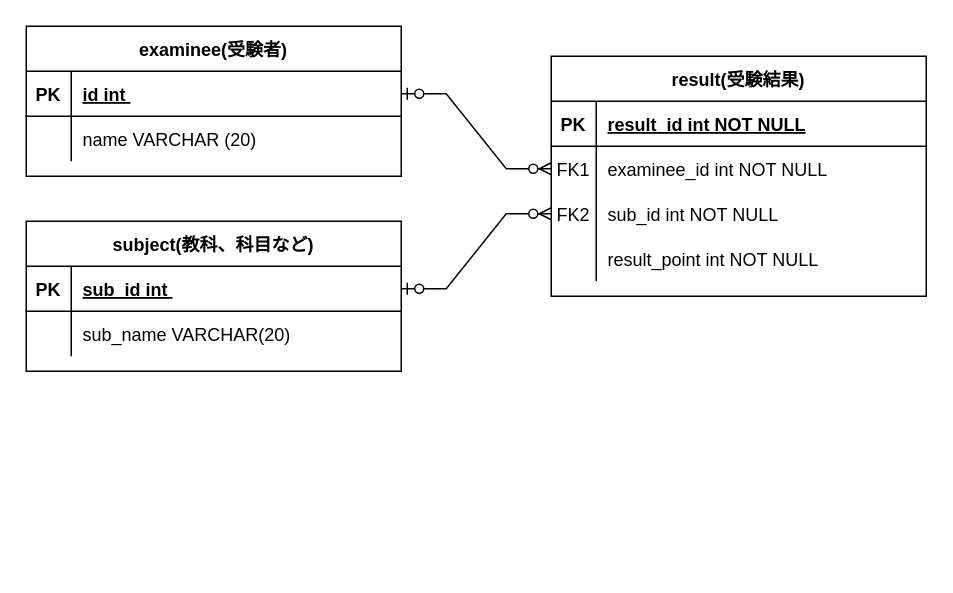
The draw.io diagram 名称未設定ファイル.drawio in YoshitakaSaito1223/JavaInClass, before the edit. Source tidied: cells renumbered, new cells numbered last; positions are measured from the earlier drawing's top-left corner, leaving out a move shared by most shapes. Both pictures are drawn from the tidied source at 150%, with x=0, y=0 at pixel (26, 26).
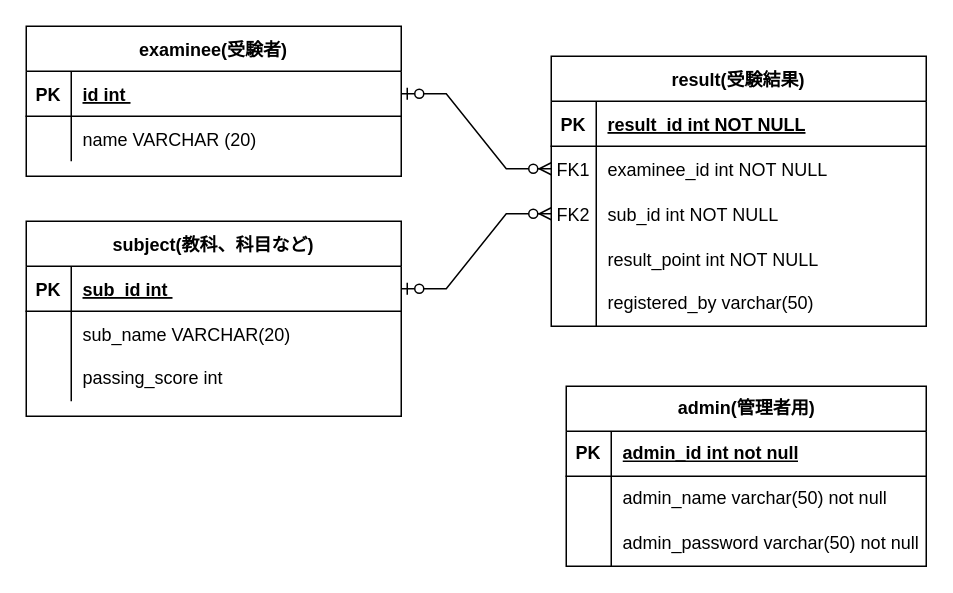
The same diagram, later.

Commit message:
adminテーブルを追加

Diff of the diagram source:
```diff
@@
     <mxCell id="2" value="subject(教科、科目など)" style="shape=table;startSize=30;childLayout=tableLayout;rowLines=0;fontStyle=1;align=center;" parent="1" vertex="1">
-      <mxGeometry y="130" width="250" height="100" as="geometry" />
+      <mxGeometry y="130" width="250" height="130" as="geometry" />
     </mxCell>
@@
+    <mxCell id="31" style="shape=tableRow;horizontal=0;startSize=0;swimlaneHead=0;swimlaneBody=0;fillColor=none;top=0;left=0;right=0;bottom=0;" parent="2" vertex="1">
+      <mxGeometry y="90" width="250" height="30" as="geometry" />
+    </mxCell>
+    <mxCell id="32" style="shape=partialRectangle;fillColor=none;top=0;left=0;bottom=0;right=0;fontStyle=0;overflow=hidden;whiteSpace=wrap;html=1;" parent="31" vertex="1">
+      <mxGeometry width="30" height="30" as="geometry" />
+    </mxCell>
+    <mxCell id="33" value="passing_score int&amp;nbsp;" style="shape=partialRectangle;fillColor=none;top=0;left=0;bottom=0;right=0;align=left;spacingLeft=6;fontStyle=0;overflow=hidden;whiteSpace=wrap;html=1;" parent="31" vertex="1">
+      <mxGeometry x="30" width="220" height="30" as="geometry" />
+    </mxCell>
     <mxCell id="9" value="result(受験結果)" style="shape=table;startSize=30;childLayout=tableLayout;rowLines=0;fontStyle=1;align=center;" parent="1" vertex="1">
-      <mxGeometry x="350" y="20" width="250" height="160" as="geometry" />
+      <mxGeometry x="350" y="20" width="250" height="180" as="geometry" />
     </mxCell>
@@
+    <mxCell id="34" style="shape=tableRow;horizontal=0;startSize=0;swimlaneHead=0;swimlaneBody=0;fillColor=none;top=0;left=0;right=0;bottom=0;" parent="9" vertex="1">
+      <mxGeometry y="150" width="250" height="30" as="geometry" />
+    </mxCell>
+    <mxCell id="35" style="shape=partialRectangle;fillColor=none;top=0;left=0;bottom=0;right=0;fontStyle=0;overflow=hidden;whiteSpace=wrap;html=1;" parent="34" vertex="1">
+      <mxGeometry width="30" height="30" as="geometry" />
+    </mxCell>
+    <mxCell id="36" value="registered_by varchar(50)" style="shape=partialRectangle;fillColor=none;top=0;left=0;bottom=0;right=0;align=left;spacingLeft=6;fontStyle=0;overflow=hidden;whiteSpace=wrap;html=1;" parent="34" vertex="1">
+      <mxGeometry x="30" width="220" height="30" as="geometry" />
+    </mxCell>
@@
+    <mxCell id="37" value="admin(管理者用)" style="shape=table;startSize=30;childLayout=tableLayout;rowLines=0;fontStyle=1;align=center;html=1;" parent="1" vertex="1">
+      <mxGeometry x="360" y="240" width="240" height="120" as="geometry" />
+    </mxCell>
+    <mxCell id="38" style="shape=tableRow;horizontal=0;startSize=0;swimlaneHead=0;swimlaneBody=0;fillColor=none;top=0;left=0;right=0;bottom=1;" parent="37" vertex="1">
+      <mxGeometry y="30" width="240" height="30" as="geometry" />
+    </mxCell>
+    <mxCell id="39" value="PK" style="shape=partialRectangle;fillColor=none;top=0;left=0;bottom=0;right=0;fontStyle=1;overflow=hidden;whiteSpace=wrap;html=1;" parent="38" vertex="1">
+      <mxGeometry width="30" height="30" as="geometry" />
+    </mxCell>
+    <mxCell id="40" value="admin_id int not null" style="shape=partialRectangle;fillColor=none;top=0;left=0;bottom=0;right=0;align=left;spacingLeft=6;fontStyle=5;overflow=hidden;whiteSpace=wrap;html=1;" parent="38" vertex="1">
+      <mxGeometry x="30" width="210" height="30" as="geometry" />
+    </mxCell>
+    <mxCell id="41" style="shape=tableRow;horizontal=0;startSize=0;swimlaneHead=0;swimlaneBody=0;fillColor=none;top=0;left=0;right=0;bottom=0;" parent="37" vertex="1">
+      <mxGeometry y="60" width="240" height="30" as="geometry" />
+    </mxCell>
+    <mxCell id="42" style="shape=partialRectangle;fillColor=none;top=0;left=0;bottom=0;right=0;overflow=hidden;whiteSpace=wrap;html=1;" parent="41" vertex="1">
+      <mxGeometry width="30" height="30" as="geometry" />
+    </mxCell>
+    <mxCell id="43" value="admin_name varchar(50) not null" style="shape=partialRectangle;fillColor=none;top=0;left=0;bottom=0;right=0;align=left;spacingLeft=6;overflow=hidden;whiteSpace=wrap;html=1;" parent="41" vertex="1">
+      <mxGeometry x="30" width="210" height="30" as="geometry" />
+    </mxCell>
+    <mxCell id="44" style="shape=tableRow;horizontal=0;startSize=0;swimlaneHead=0;swimlaneBody=0;fillColor=none;top=0;left=0;right=0;bottom=0;" parent="37" vertex="1">
+      <mxGeometry y="90" width="240" height="30" as="geometry" />
+    </mxCell>
+    <mxCell id="45" style="shape=partialRectangle;fillColor=none;top=0;left=0;bottom=0;right=0;overflow=hidden;whiteSpace=wrap;html=1;" parent="44" vertex="1">
+      <mxGeometry width="30" height="30" as="geometry" />
+    </mxCell>
+    <mxCell id="46" value="admin_password varchar(50) not null" style="shape=partialRectangle;fillColor=none;top=0;left=0;bottom=0;right=0;align=left;spacingLeft=6;overflow=hidden;whiteSpace=wrap;html=1;" parent="44" vertex="1">
+      <mxGeometry x="30" width="210" height="30" as="geometry" />
+    </mxCell>
```
